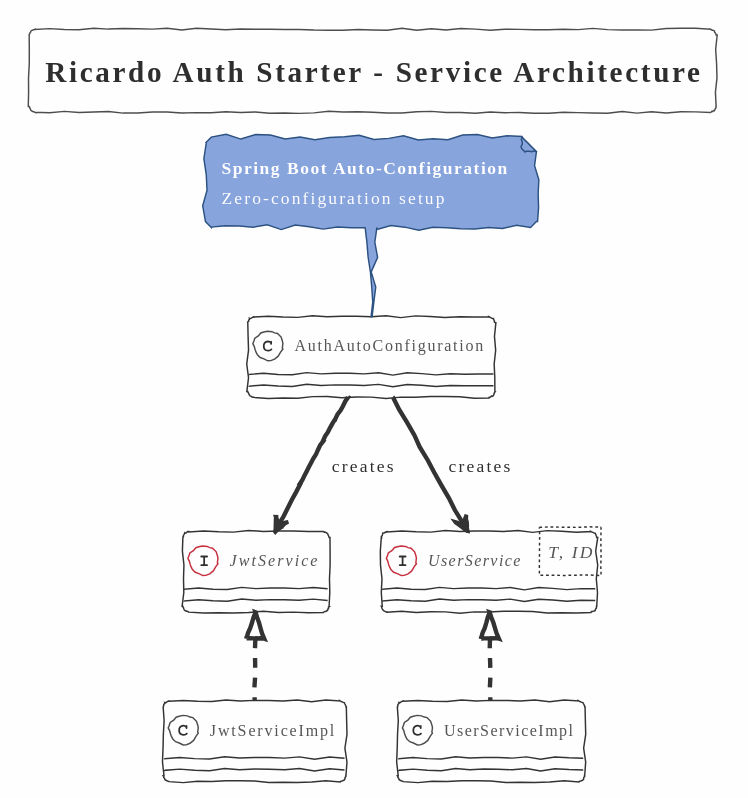
Above: docs/class-diagram/partial/services/Service_Architecture.svg in RicardoMorim/Auth-Provider (PlantUML), before the change.
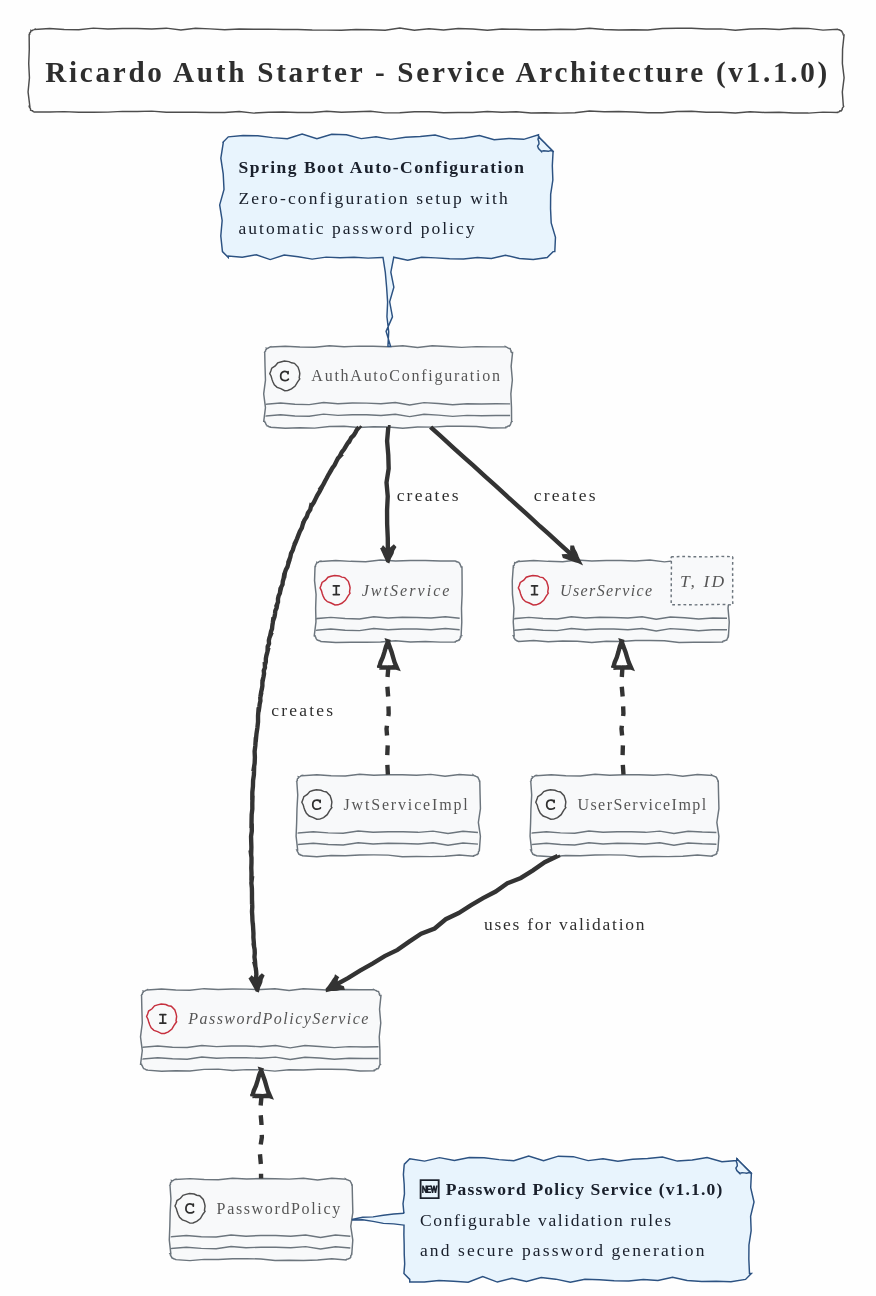
After the change.

Commit message:
Enhance service architecture diagram for Ricardo Auth Starter

The edit, as a diff of the source:
```diff
@@ -1,24 +1,39 @@
 @startuml
 !theme sketchy-outline
 skinparam backgroundColor #FEFEFE
-skinparam noteBackgroundColor #88A4DD
+skinparam classBackgroundColor #F8F9FA
+skinparam classBorderColor #6C757D
+skinparam noteBackgroundColor #E8F4FD
 skinparam noteBorderColor #2C5282
+skinparam noteFontColor #1A202C
 
-title Ricardo Auth Starter - Service Architecture
+title Ricardo Auth Starter - Service Architecture (v1.1.0)
 
 interface "UserService<T, ID>" as UserService
 interface JwtService
+interface PasswordPolicyService
 class UserServiceImpl
 class JwtServiceImpl
+class PasswordPolicy
 class AuthAutoConfiguration
 
 UserServiceImpl .up.|> UserService
 JwtServiceImpl .up.|> JwtService
+PasswordPolicy .up.|> PasswordPolicyService
 AuthAutoConfiguration --> UserService : creates
 AuthAutoConfiguration --> JwtService : creates
+AuthAutoConfiguration --> PasswordPolicyService : creates
+UserServiceImpl --> PasswordPolicyService : uses for validation
 
 note top of AuthAutoConfiguration
   **Spring Boot Auto-Configuration**
-  Zero-configuration setup
+  Zero-configuration setup with
+  automatic password policy
+end note
+
+note right of PasswordPolicy
+  **🆕 Password Policy Service (v1.1.0)**
+  Configurable validation rules
+  and secure password generation
 end note
 @enduml
```
